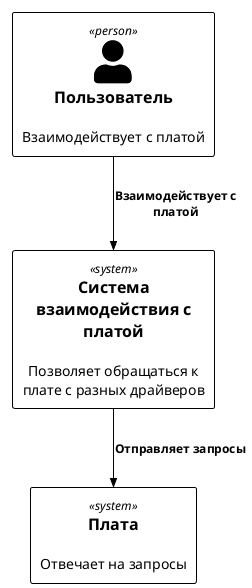
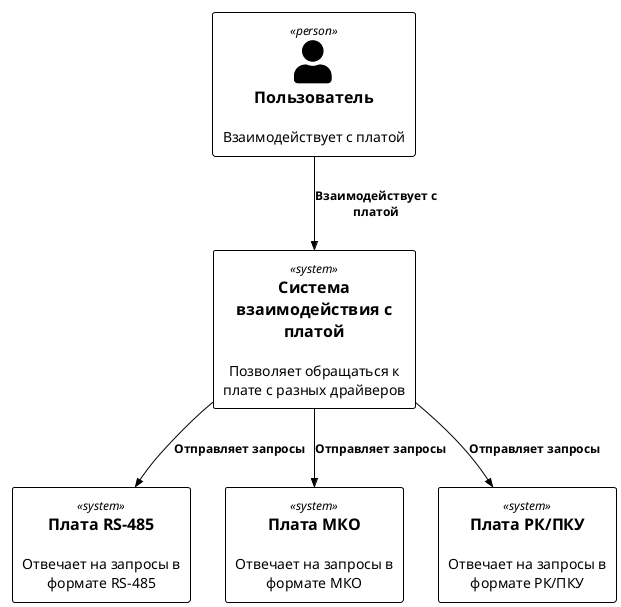
@startuml c_1

!include <C4/C4_Context>

!theme plain

UpdateElementStyle(Person, $borderColor="#000000", $fontColor="#000000", $bgColor="#ffffff")
UpdateElementStyle(System, $borderColor="#000000", $fontColor="#000000", $bgColor="#ffffff")

Person(user, "Пользователь", "Взаимодействует с платой")

System(workplace, "Система взаимодействия с платой", "Позволяет обращаться к плате с разных драйверов")
- System(board, "Плата", "Отвечает на запросы")
+ 
+ System(rs485_board, "Плата RS-485", "Отвечает на запросы в формате RS-485")
+ System(mko_board, "Плата МКО", "Отвечает на запросы в формате МКО")
+ System(pku_board, "Плата РК/ПКУ", "Отвечает на запросы в формате РК/ПКУ")

Rel(user, workplace, "Взаимодействует с платой")
- Rel(workplace, board, "Отправляет запросы")
+ 
+ Rel(workplace, rs485_board, "Отправляет запросы")
+ Rel(workplace, mko_board, "Отправляет запросы")
+ Rel(workplace, pku_board, "Отправляет запросы")

@enduml